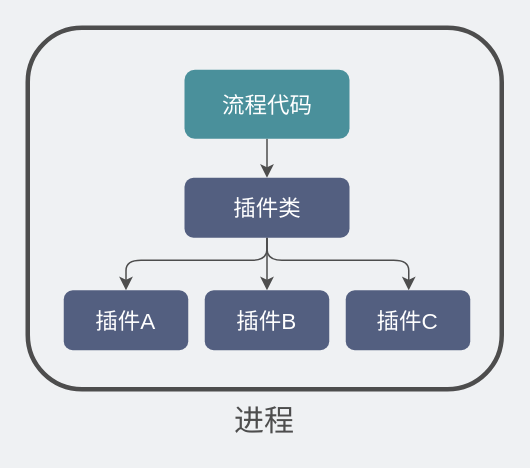
Before: network/一个中台进程内放入各个业务方代码.drawio in xiaobaiTech/image, a draw.io diagram. Source tidied: cells renumbered, new cells numbered last; positions are measured from the earlier drawing's top-left corner, leaving out a move shared by most shapes. Both pictures are drawn from the tidied source at 150%, with x=0, y=0 at pixel (27, 27).
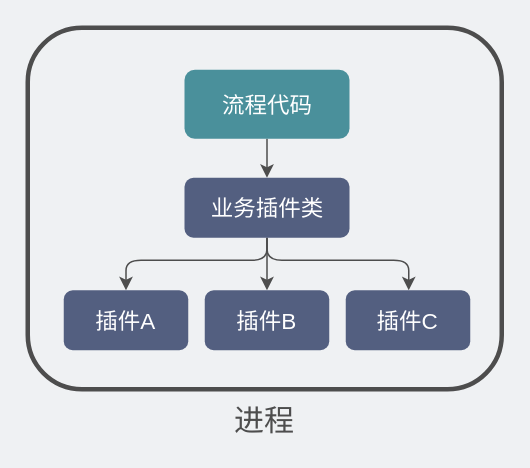
The same page after the edit.

Commit message:
更新一个中台进程内放入各个业务方代码.drawio

Change to the diagram source:
```diff
@@
 <mxGraphModel background="#EFF1F3">
   <root>
     <mxCell id="0" />
     <mxCell id="1" parent="0" />
     <mxCell id="2" style="rounded=1;whiteSpace=wrap;html=1;fillColor=none;strokeColor=#4D4D4D;strokeWidth=3;" parent="1" vertex="1">
       <mxGeometry width="316" height="241" as="geometry" />
     </mxCell>
     <mxCell id="3" value="&lt;font color=&quot;#4d4d4d&quot; style=&quot;font-size: 20px;&quot;&gt;进程&lt;/font&gt;" style="text;html=1;strokeColor=none;fillColor=none;align=center;verticalAlign=middle;whiteSpace=wrap;rounded=0;" parent="1" vertex="1">
       <mxGeometry x="128" y="246" width="60" height="30" as="geometry" />
     </mxCell>
     <mxCell id="4" style="edgeStyle=orthogonalEdgeStyle;rounded=0;jettySize=auto;html=1;exitX=0.5;exitY=1;exitDx=0;exitDy=0;entryX=0.5;entryY=0;entryDx=0;entryDy=0;strokeColor=#4D4D4D;" parent="1" edge="1" source="5" target="9">
       <mxGeometry relative="1" as="geometry" />
     </mxCell>
     <mxCell id="5" value="&lt;font style=&quot;font-size: 15px;&quot; color=&quot;#ffffff&quot;&gt;流程代码&lt;/font&gt;" style="rounded=1;whiteSpace=wrap;html=1;fillColor=#4A909B;strokeColor=none;strokeWidth=3;" parent="1" vertex="1">
       <mxGeometry x="104.5" y="28" width="110" height="46" as="geometry" />
     </mxCell>
     <mxCell id="6" style="edgeStyle=orthogonalEdgeStyle;rounded=0;jettySize=auto;html=1;exitX=0.5;exitY=1;exitDx=0;exitDy=0;entryX=0.5;entryY=0;entryDx=0;entryDy=0;strokeColor=#4D4D4D;" parent="1" edge="1" source="9" target="11">
       <mxGeometry relative="1" as="geometry" />
     </mxCell>
     <mxCell id="7" style="edgeStyle=orthogonalEdgeStyle;rounded=1;jettySize=auto;html=1;exitX=0.5;exitY=1;exitDx=0;exitDy=0;entryX=0.5;entryY=0;entryDx=0;entryDy=0;strokeColor=#4D4D4D;" parent="1" edge="1" source="9" target="10">
       <mxGeometry relative="1" as="geometry">
         <Array as="points">
           <mxPoint x="160" y="155" />
           <mxPoint x="66" y="155" />
         </Array>
       </mxGeometry>
     </mxCell>
     <mxCell id="8" style="edgeStyle=orthogonalEdgeStyle;rounded=1;jettySize=auto;html=1;exitX=0.5;exitY=1;exitDx=0;exitDy=0;strokeColor=#4D4D4D;" parent="1" edge="1" source="9" target="12">
       <mxGeometry relative="1" as="geometry">
         <Array as="points">
           <mxPoint x="160" y="155" />
           <mxPoint x="254" y="155" />
         </Array>
       </mxGeometry>
     </mxCell>
-    <mxCell id="9" value="&lt;font color=&quot;#ffffff&quot;&gt;&lt;span style=&quot;font-size: 15px;&quot;&gt;插件类&lt;/span&gt;&lt;/font&gt;" style="rounded=1;whiteSpace=wrap;html=1;fillColor=#535F80;strokeColor=none;strokeWidth=3;" parent="1" vertex="1">
+    <mxCell id="9" value="&lt;font color=&quot;#ffffff&quot;&gt;&lt;span style=&quot;font-size: 15px;&quot;&gt;业务插件类&lt;/span&gt;&lt;/font&gt;" style="rounded=1;whiteSpace=wrap;html=1;fillColor=#535F80;strokeColor=none;strokeWidth=3;" parent="1" vertex="1">
       <mxGeometry x="104.5" y="100" width="110" height="40" as="geometry" />
     </mxCell>
     <mxCell id="10" value="&lt;font color=&quot;#ffffff&quot;&gt;&lt;span style=&quot;font-size: 15px;&quot;&gt;插件A&lt;/span&gt;&lt;/font&gt;" style="rounded=1;whiteSpace=wrap;html=1;fillColor=#535F80;strokeColor=none;strokeWidth=3;" parent="1" vertex="1">
       <mxGeometry x="24" y="175" width="83" height="40" as="geometry" />
     </mxCell>
     <mxCell id="11" value="&lt;font color=&quot;#ffffff&quot;&gt;&lt;span style=&quot;font-size: 15px;&quot;&gt;插件B&lt;/span&gt;&lt;/font&gt;" style="rounded=1;whiteSpace=wrap;html=1;fillColor=#535F80;strokeColor=none;strokeWidth=3;" parent="1" vertex="1">
       <mxGeometry x="118" y="175" width="83" height="40" as="geometry" />
     </mxCell>
     <mxCell id="12" value="&lt;font color=&quot;#ffffff&quot;&gt;&lt;span style=&quot;font-size: 15px;&quot;&gt;插件C&lt;/span&gt;&lt;/font&gt;" style="rounded=1;whiteSpace=wrap;html=1;fillColor=#535F80;strokeColor=none;strokeWidth=3;" parent="1" vertex="1">
       <mxGeometry x="212" y="175" width="83" height="40" as="geometry" />
     </mxCell>
   </root>
 </mxGraphModel>
```
